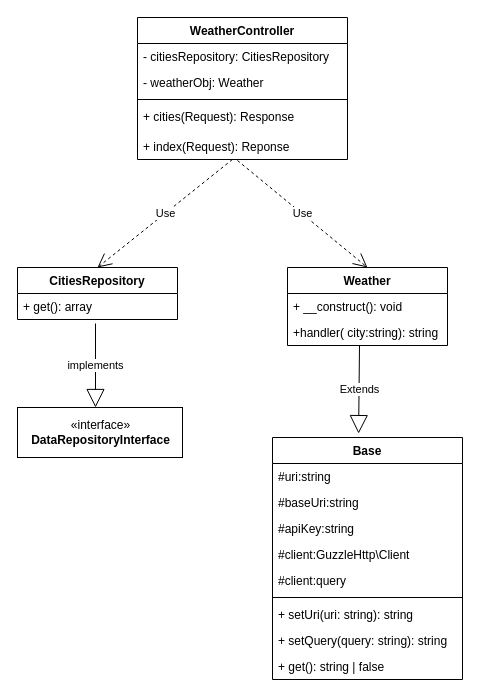
This is docs/Class_Diagram.drawio from diggex/weather-demo, a draw.io file, before an edit. Source tidied: cells renumbered, new cells numbered last; positions are measured from the earlier drawing's top-left corner, leaving out a move shared by most shapes. Both pictures are drawn from the tidied source at 100%, with x=0, y=0 at pixel (17, 17).
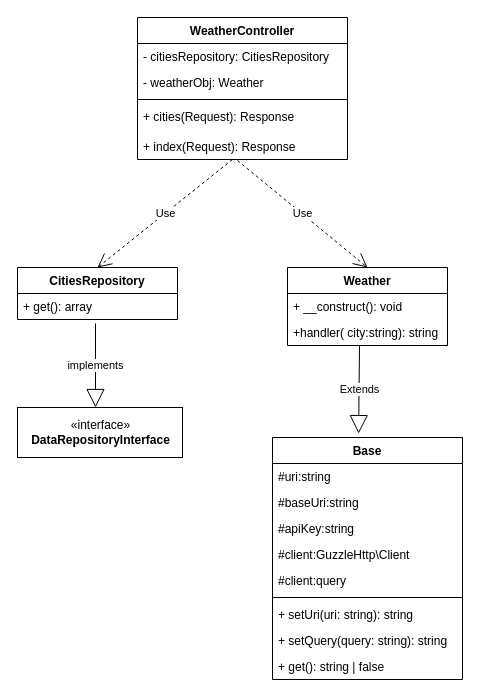
The same page after the edit.

Commit message (it also covers changes not shown here):
change class diagram

The change refers to these unchanged cells:
```xml
<mxCell id="7" value="WeatherController" style="swimlane;fontStyle=1;align=center;verticalAlign=top;horizontal=1;startSize=26;" parent="1" vertex="1">
  <mxGeometry x="120" width="210" height="142" as="geometry" />
</mxCell>
```

Change to the diagram source:
```diff
@@
-    <mxCell id="12" value="+ index(Request): Reponse" style="text;strokeColor=none;fillColor=none;align=left;verticalAlign=top;spacingLeft=4;spacingRight=4;overflow=hidden;points=[[0,0.5],[1,0.5]];portConstraint=eastwest;" parent="7" vertex="1">
+    <mxCell id="12" value="+ index(Request): Response" style="text;strokeColor=none;fillColor=none;align=left;verticalAlign=top;spacingLeft=4;spacingRight=4;overflow=hidden;points=[[0,0.5],[1,0.5]];portConstraint=eastwest;" parent="7" vertex="1">
       <mxGeometry y="116" width="210" height="26" as="geometry" />
     </mxCell>
```
